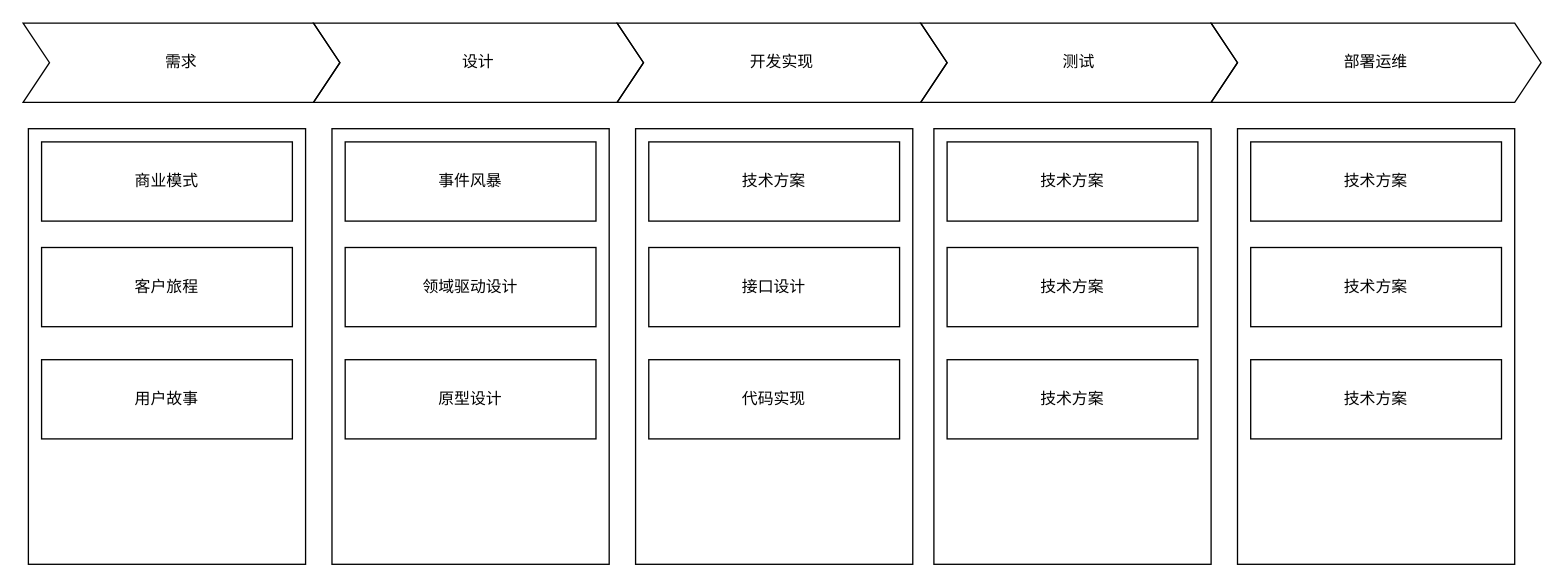
Before: 开发设计流程.drawio in qozi/diagram, a draw.io diagram. Source tidied: cells renumbered, new cells numbered last; positions are measured from the earlier drawing's top-left corner, leaving out a move shared by most shapes. Both pictures are drawn from the tidied source at 132%, with x=0, y=0 at pixel (22, 22).
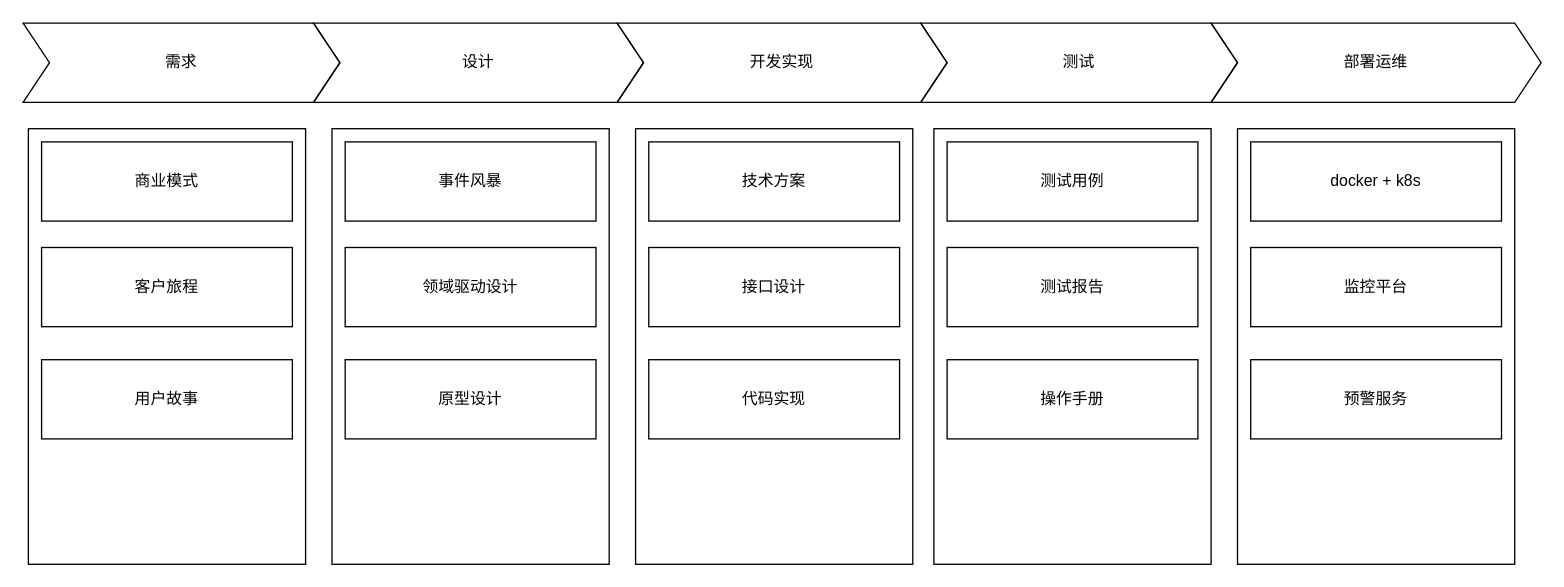
The same diagram, later.

Commit message:
更新开发设计流程.drawio

What changed in the source:
```diff
@@
-    <mxCell id="20" value="技术方案" style="rounded=0;whiteSpace=wrap;html=1;fillColor=none;" parent="1" vertex="1">
+    <mxCell id="20" value="测试用例" style="rounded=0;whiteSpace=wrap;html=1;fillColor=none;" parent="1" vertex="1">
       <mxGeometry x="700" y="90" width="190" height="60" as="geometry" />
     </mxCell>
-    <mxCell id="21" value="技术方案" style="rounded=0;whiteSpace=wrap;html=1;fillColor=none;" parent="1" vertex="1">
-      <mxGeometry x="700" y="170" width="190" height="60" as="geometry" />
-    </mxCell>
-    <mxCell id="22" value="技术方案" style="rounded=0;whiteSpace=wrap;html=1;fillColor=none;" parent="1" vertex="1">
-      <mxGeometry x="700" y="255" width="190" height="60" as="geometry" />
-    </mxCell>
@@
-    <mxCell id="24" value="技术方案" style="rounded=0;whiteSpace=wrap;html=1;fillColor=none;" parent="1" vertex="1">
+    <mxCell id="24" value="docker + k8s" style="rounded=0;whiteSpace=wrap;html=1;fillColor=none;" parent="1" vertex="1">
       <mxGeometry x="930" y="90" width="190" height="60" as="geometry" />
     </mxCell>
-    <mxCell id="25" value="技术方案" style="rounded=0;whiteSpace=wrap;html=1;fillColor=none;" parent="1" vertex="1">
+    <mxCell id="25" value="监控平台" style="rounded=0;whiteSpace=wrap;html=1;fillColor=none;" parent="1" vertex="1">
       <mxGeometry x="930" y="170" width="190" height="60" as="geometry" />
     </mxCell>
-    <mxCell id="26" value="技术方案" style="rounded=0;whiteSpace=wrap;html=1;fillColor=none;" parent="1" vertex="1">
-      <mxGeometry x="930" y="255" width="190" height="60" as="geometry" />
-    </mxCell>
+    <mxCell id="27" value="测试报告" style="rounded=0;whiteSpace=wrap;html=1;fillColor=none;" parent="1" vertex="1">
+      <mxGeometry x="700" y="170" width="190" height="60" as="geometry" />
+    </mxCell>
+    <mxCell id="28" value="操作手册" style="rounded=0;whiteSpace=wrap;html=1;fillColor=none;" parent="1" vertex="1">
+      <mxGeometry x="700" y="255" width="190" height="60" as="geometry" />
+    </mxCell>
+    <mxCell id="29" value="预警服务" style="rounded=0;whiteSpace=wrap;html=1;fillColor=none;" parent="1" vertex="1">
+      <mxGeometry x="930" y="255" width="190" height="60" as="geometry" />
+    </mxCell>
```
